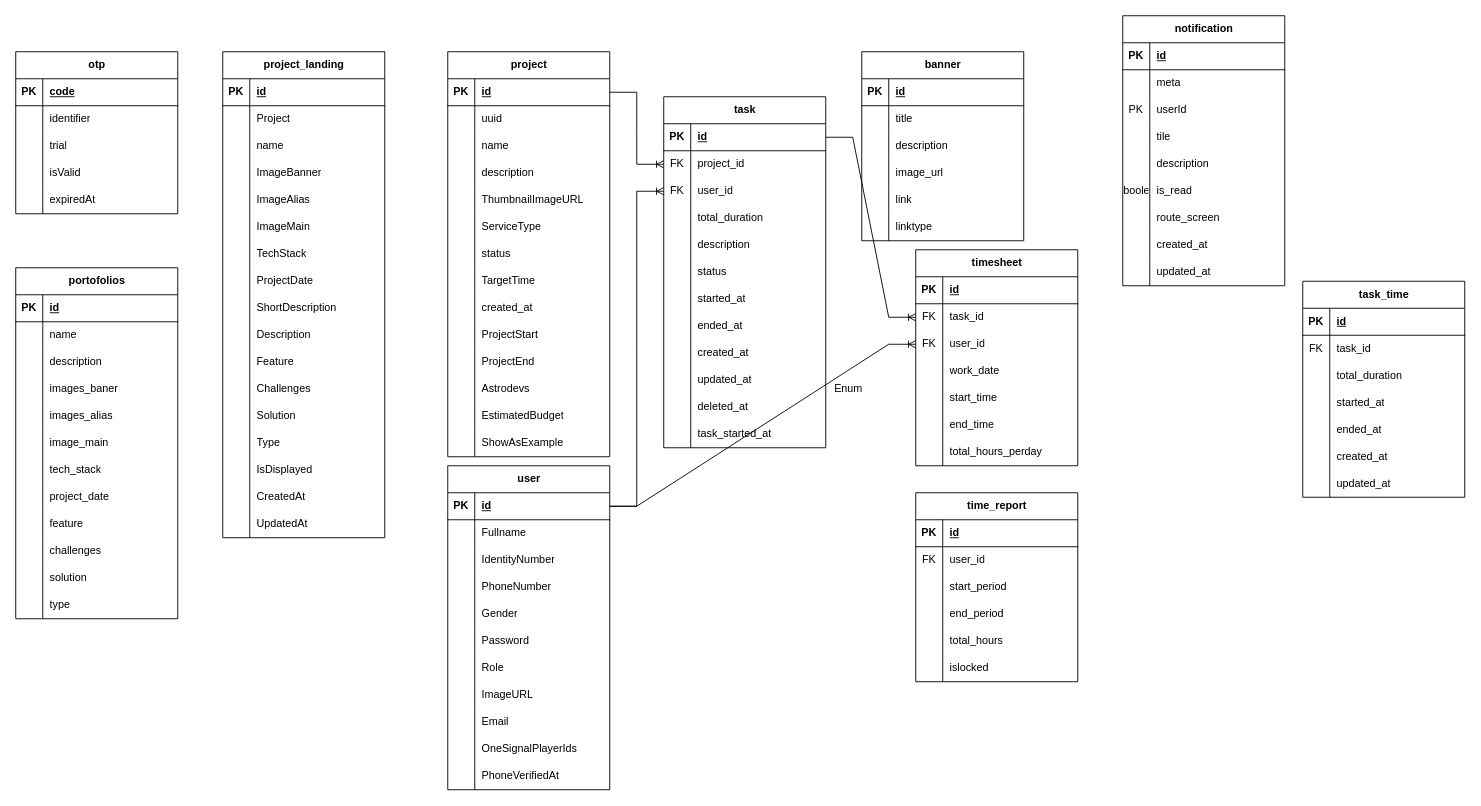
DemoNicky/technical-test keeps this draw.io diagram as starspace/db_codespacex.drawio. Above is the earlier version. Source tidied: cells renumbered, new cells numbered last; positions are measured from the earlier drawing's top-left corner, leaving out a move shared by most shapes. Both pictures are drawn from the tidied source at 90%, with x=0, y=0 at pixel (15, 15).
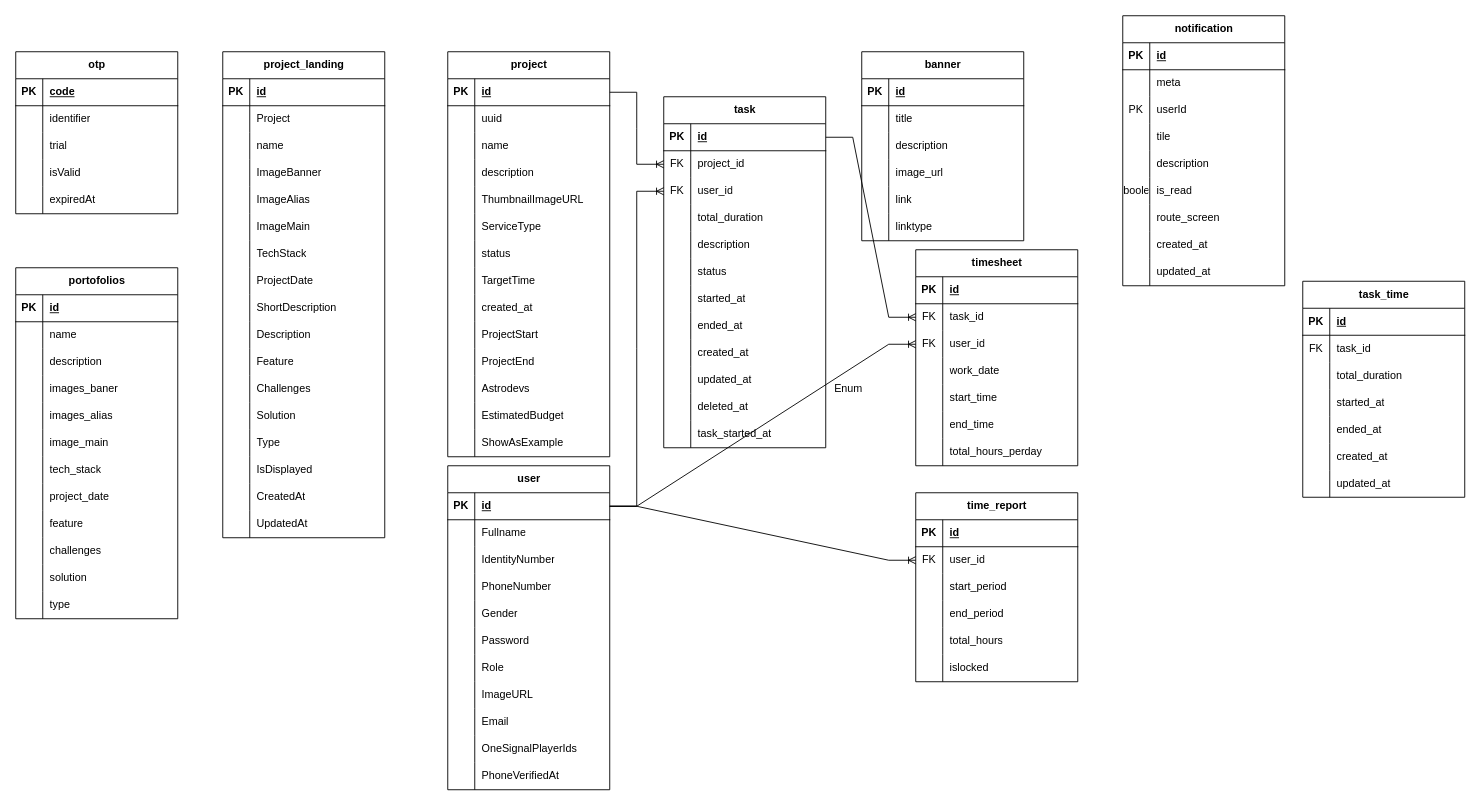
The same page after the edit.

The change refers to these unchanged cells:
```xml
<mxCell id="198" style="shape=tableRow;horizontal=0;startSize=0;swimlaneHead=0;swimlaneBody=0;fillColor=none;points=[[0,0.5],[1,0.5]];portConstraint=eastwest;top=0;left=0;right=0;bottom=1;" parent="197" vertex="1">
  <mxGeometry y="30" width="180" height="30" as="geometry" />
</mxCell>
<mxCell id="321" style="shape=tableRow;horizontal=0;startSize=0;swimlaneHead=0;swimlaneBody=0;fillColor=none;points=[[0,0.5],[1,0.5]];portConstraint=eastwest;top=0;left=0;right=0;bottom=0;" parent="317" vertex="1">
  <mxGeometry y="60" width="180" height="30" as="geometry" />
</mxCell>
```

Diff of the diagram source:
```diff
@@
+    <mxCell id="336" style="edgeStyle=entityRelationEdgeStyle;fontSize=12;html=1;endArrow=ERoneToMany;rounded=0;exitX=1;exitY=0.5;exitDx=0;exitDy=0;entryX=0;entryY=0.5;entryDx=0;entryDy=0;" parent="1" edge="1" source="198" target="321">
+      <mxGeometry relative="1" as="geometry" />
+    </mxCell>
```
